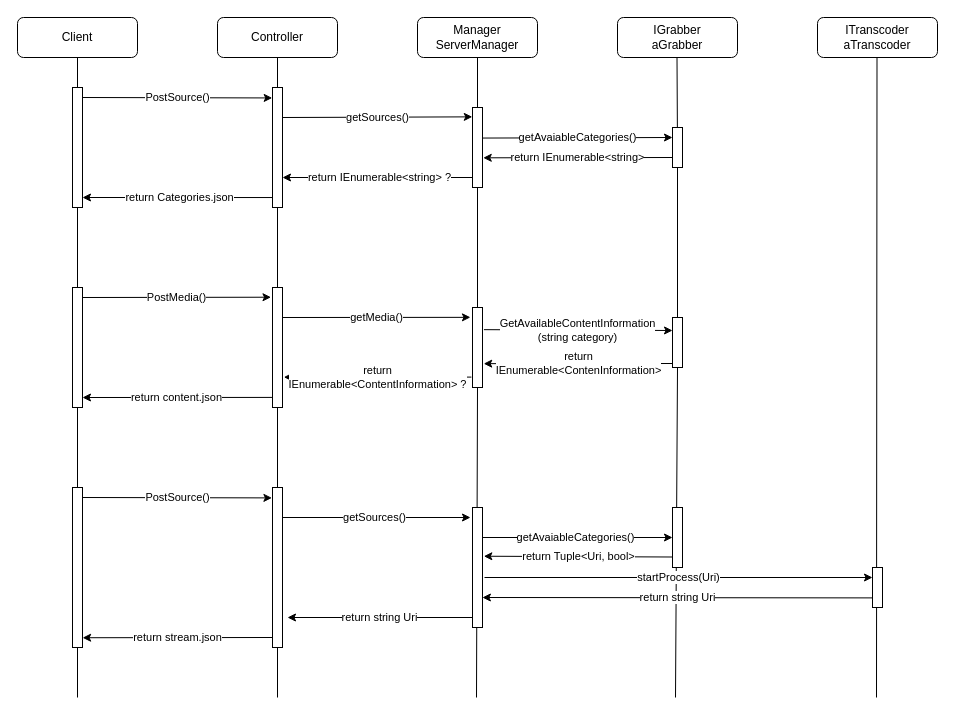
HSKE-Streaming-Server/media-streaming-server keeps this draw.io diagram as squenzdiagramm-mvp.drawio. Above is the earlier version. Source tidied: cells renumbered, new cells numbered last; positions are measured from the earlier drawing's top-left corner, leaving out a move shared by most shapes. Both pictures are drawn from the tidied source at 100%, with x=0, y=0 at pixel (17, 17).
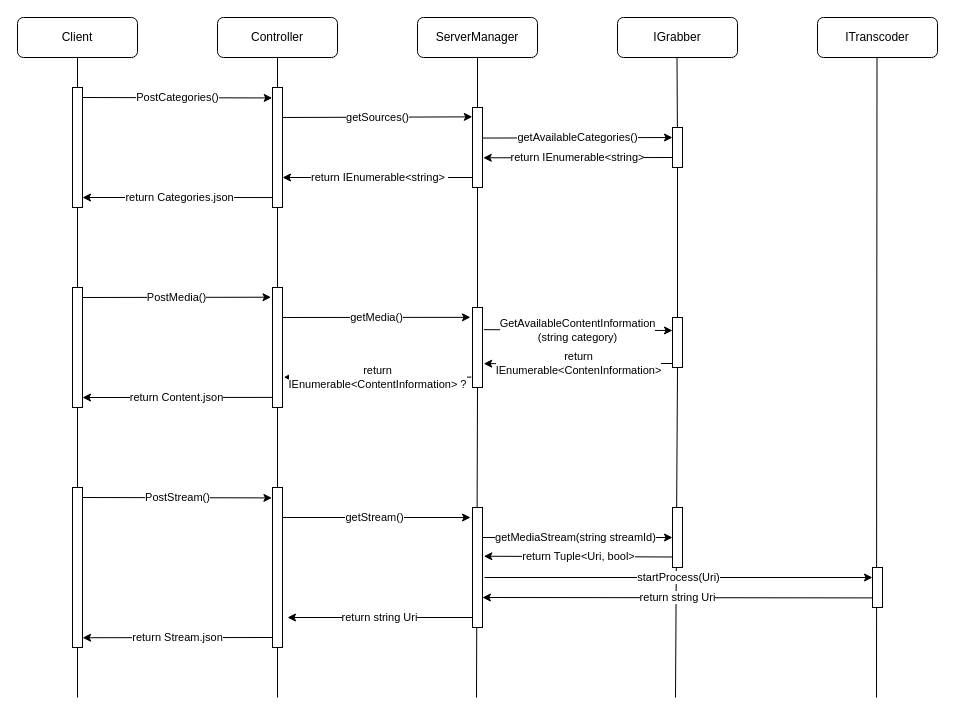
The same page after the edit.

Unchanged cells that the change refers to:
```xml
<mxCell id="37" style="rounded=0;whiteSpace=wrap;html=1;" parent="1" vertex="1">
  <mxGeometry x="255" y="470" width="10" height="160" as="geometry" />
</mxCell>
<mxCell id="42" style="rounded=0;whiteSpace=wrap;html=1;" parent="1" vertex="1">
  <mxGeometry x="255" y="270" width="10" height="120" as="geometry" />
</mxCell>
<mxCell id="45" style="rounded=0;whiteSpace=wrap;html=1;" parent="1" vertex="1">
  <mxGeometry x="455" y="90" width="10" height="80" as="geometry" />
</mxCell>
<mxCell id="48" style="rounded=0;whiteSpace=wrap;html=1;" parent="1" vertex="1">
  <mxGeometry x="255" y="70" width="10" height="120" as="geometry" />
</mxCell>
<mxCell id="49" style="rounded=0;whiteSpace=wrap;html=1;" parent="1" vertex="1">
  <mxGeometry x="55" y="470" width="10" height="160" as="geometry" />
</mxCell>
```

Change to the diagram source:
```diff
@@
-    <mxCell id="10" value="Manager&lt;br&gt;ServerManager" style="rounded=1;whiteSpace=wrap;html=1;fontSize=12;glass=0;strokeWidth=1;shadow=0;" parent="1" vertex="1">
+    <mxCell id="10" value="ServerManager" style="rounded=1;whiteSpace=wrap;html=1;fontSize=12;glass=0;strokeWidth=1;shadow=0;" parent="1" vertex="1">
       <mxGeometry x="400" width="120" height="40" as="geometry" />
     </mxCell>
-    <mxCell id="11" value="&lt;div&gt;IGrabber&lt;/div&gt;&lt;div&gt;aGrabber&lt;br&gt;&lt;/div&gt;" style="rounded=1;whiteSpace=wrap;html=1;fontSize=12;glass=0;strokeWidth=1;shadow=0;" parent="1" vertex="1">
+    <mxCell id="11" value="&lt;div&gt;IGrabber&lt;/div&gt;" style="rounded=1;whiteSpace=wrap;html=1;fontSize=12;glass=0;strokeWidth=1;shadow=0;" parent="1" vertex="1">
       <mxGeometry x="600" width="120" height="40" as="geometry" />
     </mxCell>
@@
-    <mxCell id="15" value="getAvaiableCategories()" style="endArrow=classic;html=1;exitX=1.005;exitY=0.382;exitDx=0;exitDy=0;exitPerimeter=0;" parent="1" edge="1" source="45">
+    <mxCell id="15" value="getAvailableCategories()" style="endArrow=classic;html=1;exitX=1.005;exitY=0.382;exitDx=0;exitDy=0;exitPerimeter=0;" parent="1" edge="1" source="45">
       <mxGeometry relative="1" as="geometry">
         <mxPoint x="655" y="120" as="targetPoint" />
       </mxGeometry>
     </mxCell>
@@
-    <mxCell id="17" value="return &lt;span class=&quot;pl-en&quot;&gt;IEnumerable&lt;/span&gt;&amp;lt;&lt;span class=&quot;pl-k&quot;&gt;string&lt;/span&gt;&amp;gt; ?" style="endArrow=classic;html=1;entryX=1;entryY=0.75;entryDx=0;entryDy=0;" parent="1" edge="1" target="48">
+    <mxCell id="17" value="return &lt;span class=&quot;pl-en&quot;&gt;IEnumerable&lt;/span&gt;&amp;lt;&lt;span class=&quot;pl-k&quot;&gt;string&lt;/span&gt;&amp;gt;&amp;nbsp;" style="endArrow=classic;html=1;entryX=1;entryY=0.75;entryDx=0;entryDy=0;" parent="1" edge="1" target="48">
       <mxGeometry relative="1" as="geometry">
         <mxPoint x="460" y="160" as="sourcePoint" />
       </mxGeometry>
     </mxCell>
@@
-    <mxCell id="19" value="PostSource()" style="endArrow=classic;html=1;exitX=1;exitY=0.091;exitDx=0;exitDy=0;exitPerimeter=0;entryX=-0.028;entryY=0.087;entryDx=0;entryDy=0;entryPerimeter=0;" parent="1" edge="1" target="48">
+    <mxCell id="19" value="PostCategories()" style="endArrow=classic;html=1;exitX=1;exitY=0.091;exitDx=0;exitDy=0;exitPerimeter=0;entryX=-0.028;entryY=0.087;entryDx=0;entryDy=0;entryPerimeter=0;" parent="1" edge="1" target="48">
       <mxGeometry relative="1" as="geometry">
         <mxPoint x="65" y="80" as="sourcePoint" />
       </mxGeometry>
     </mxCell>
@@
-    <mxCell id="24" value="&lt;div&gt;return content.json&lt;/div&gt;" style="endArrow=classic;html=1;exitX=-0.051;exitY=0.916;exitDx=0;exitDy=0;exitPerimeter=0;" parent="1" edge="1" source="42">
+    <mxCell id="24" value="&lt;div&gt;return Content.json&lt;/div&gt;" style="endArrow=classic;html=1;exitX=-0.051;exitY=0.916;exitDx=0;exitDy=0;exitPerimeter=0;" parent="1" edge="1" source="42">
       <mxGeometry relative="1" as="geometry">
         <mxPoint x="65" y="380" as="targetPoint" />
       </mxGeometry>
     </mxCell>
@@
-    <mxCell id="26" value="getSources()" style="endArrow=classic;html=1;exitX=1;exitY=0.091;exitDx=0;exitDy=0;exitPerimeter=0;" parent="1" edge="1">
+    <mxCell id="26" value="getStream()" style="endArrow=classic;html=1;exitX=1;exitY=0.091;exitDx=0;exitDy=0;exitPerimeter=0;" parent="1" edge="1">
       <mxGeometry relative="1" as="geometry">
         <mxPoint x="260" y="500" as="sourcePoint" />
         <mxPoint x="453" y="500" as="targetPoint" />
       </mxGeometry>
     </mxCell>
-    <mxCell id="27" value="getAvaiableCategories()" style="endArrow=classic;html=1;exitX=1;exitY=0.091;exitDx=0;exitDy=0;exitPerimeter=0;" parent="1" edge="1">
+    <mxCell id="27" value="getMediaStream(string streamId)" style="endArrow=classic;html=1;exitX=1;exitY=0.091;exitDx=0;exitDy=0;exitPerimeter=0;" parent="1" edge="1">
       <mxGeometry relative="1" as="geometry">
         <mxPoint x="460" y="520" as="sourcePoint" />
         <mxPoint x="655" y="520" as="targetPoint" />
       </mxGeometry>
     </mxCell>
-    <mxCell id="28" value="PostSource()" style="endArrow=classic;html=1;exitX=1;exitY=0.091;exitDx=0;exitDy=0;exitPerimeter=0;entryX=-0.057;entryY=0.065;entryDx=0;entryDy=0;entryPerimeter=0;" parent="1" edge="1" target="37">
+    <mxCell id="28" value="PostStream()" style="endArrow=classic;html=1;exitX=1;exitY=0.091;exitDx=0;exitDy=0;exitPerimeter=0;entryX=-0.057;entryY=0.065;entryDx=0;entryDy=0;entryPerimeter=0;" parent="1" edge="1" target="37">
       <mxGeometry relative="1" as="geometry">
         <mxPoint x="65" y="480" as="sourcePoint" />
       </mxGeometry>
     </mxCell>
@@
-    <mxCell id="30" value="&lt;div&gt;ITranscoder&lt;/div&gt;&lt;div&gt;aTranscoder&lt;br&gt;&lt;/div&gt;" style="rounded=1;whiteSpace=wrap;html=1;fontSize=12;glass=0;strokeWidth=1;shadow=0;" parent="1" vertex="1">
+    <mxCell id="30" value="&lt;div&gt;ITranscoder&lt;/div&gt;" style="rounded=1;whiteSpace=wrap;html=1;fontSize=12;glass=0;strokeWidth=1;shadow=0;" parent="1" vertex="1">
       <mxGeometry x="800" width="120" height="40" as="geometry" />
     </mxCell>
@@
-    <mxCell id="36" value="return stream.json" style="endArrow=classic;html=1;exitX=1;exitY=0.091;exitDx=0;exitDy=0;exitPerimeter=0;entryX=1.011;entryY=0.939;entryDx=0;entryDy=0;entryPerimeter=0;" parent="1" edge="1" target="49">
+    <mxCell id="36" value="return Stream.json" style="endArrow=classic;html=1;exitX=1;exitY=0.091;exitDx=0;exitDy=0;exitPerimeter=0;entryX=1.011;entryY=0.939;entryDx=0;entryDy=0;entryPerimeter=0;" parent="1" edge="1" target="49">
       <mxGeometry relative="1" as="geometry">
         <mxPoint x="255" y="620" as="sourcePoint" />
       </mxGeometry>
     </mxCell>
```
